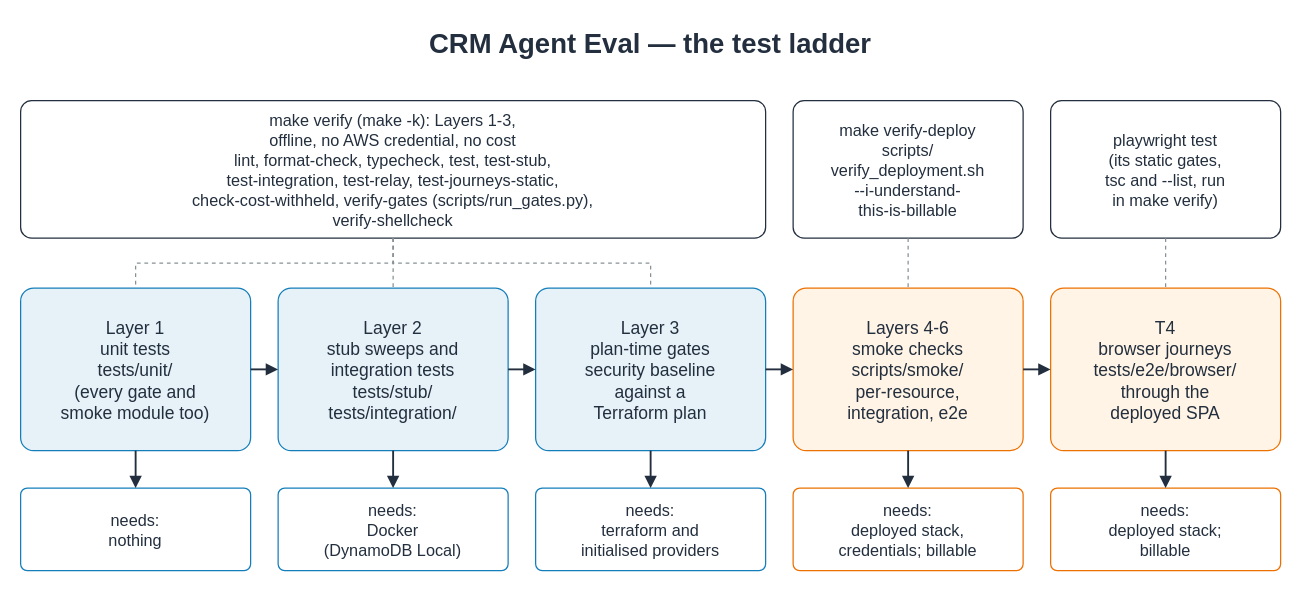
Before: docs/figures/development-test-ladder.drawio in aws-samples/sample-crm-agent-eval, a draw.io diagram. Source tidied: cells renumbered, new cells numbered last; positions are measured from the earlier drawing's top-left corner, leaving out a move shared by most shapes. Both pictures are drawn from the tidied source at 125%, with x=0, y=0 at pixel (20, 20).
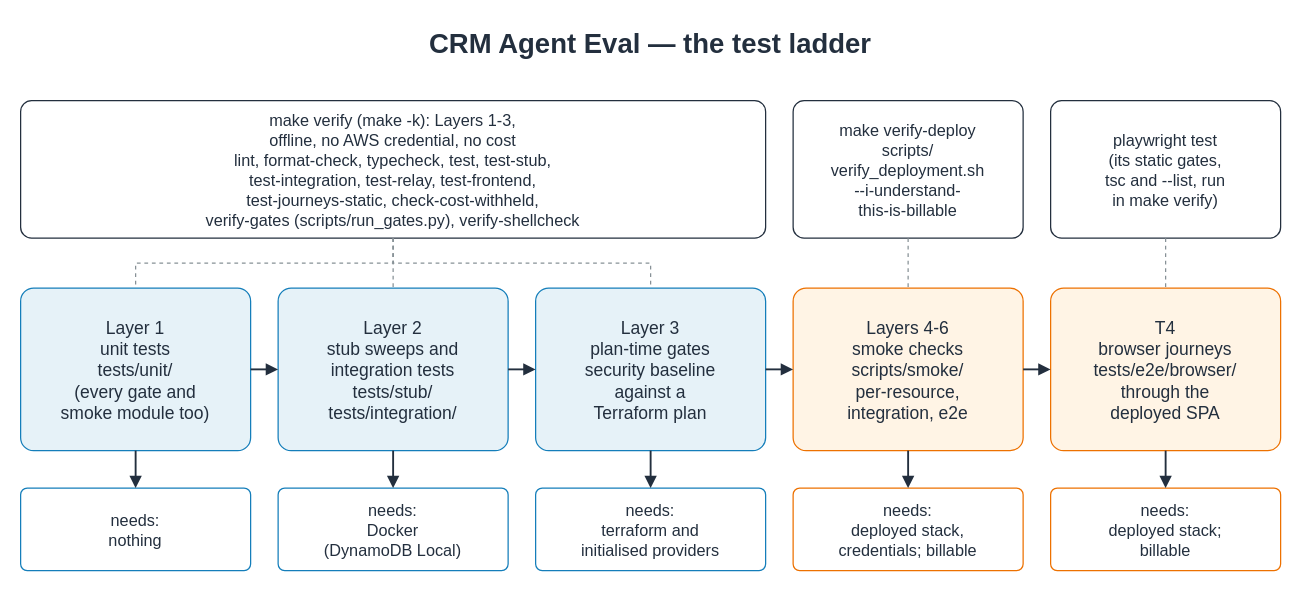
The same diagram, later.

Change to the diagram source:
```diff
@@
-    <mxCell id="22" value="make verify (make -k): Layers 1-3,&#10;offline, no AWS credential, no cost&#10;lint, format-check, typecheck, test, test-stub,&#10;test-integration, test-relay, test-journeys-static,&#10;check-cost-withheld, verify-gates (scripts/run_gates.py),&#10;verify-shellcheck" style="html=0;rounded=1;arcSize=8;fontColor=#232F3E;align=center;verticalAlign=middle;spacing=4;fillColor=#FFFFFF;strokeColor=#232F3E;fontSize=13;" parent="1" vertex="1">
+    <mxCell id="22" value="make verify (make -k): Layers 1-3,&#10;offline, no AWS credential, no cost&#10;lint, format-check, typecheck, test, test-stub,&#10;test-integration, test-relay, test-frontend,&#10;test-journeys-static, check-cost-withheld,&#10;verify-gates (scripts/run_gates.py), verify-shellcheck" style="html=0;rounded=1;arcSize=8;fontColor=#232F3E;align=center;verticalAlign=middle;spacing=4;fillColor=#FFFFFF;strokeColor=#232F3E;fontSize=13;" parent="1" vertex="1">
       <mxGeometry y="64" width="596" height="110" as="geometry" />
     </mxCell>
```
